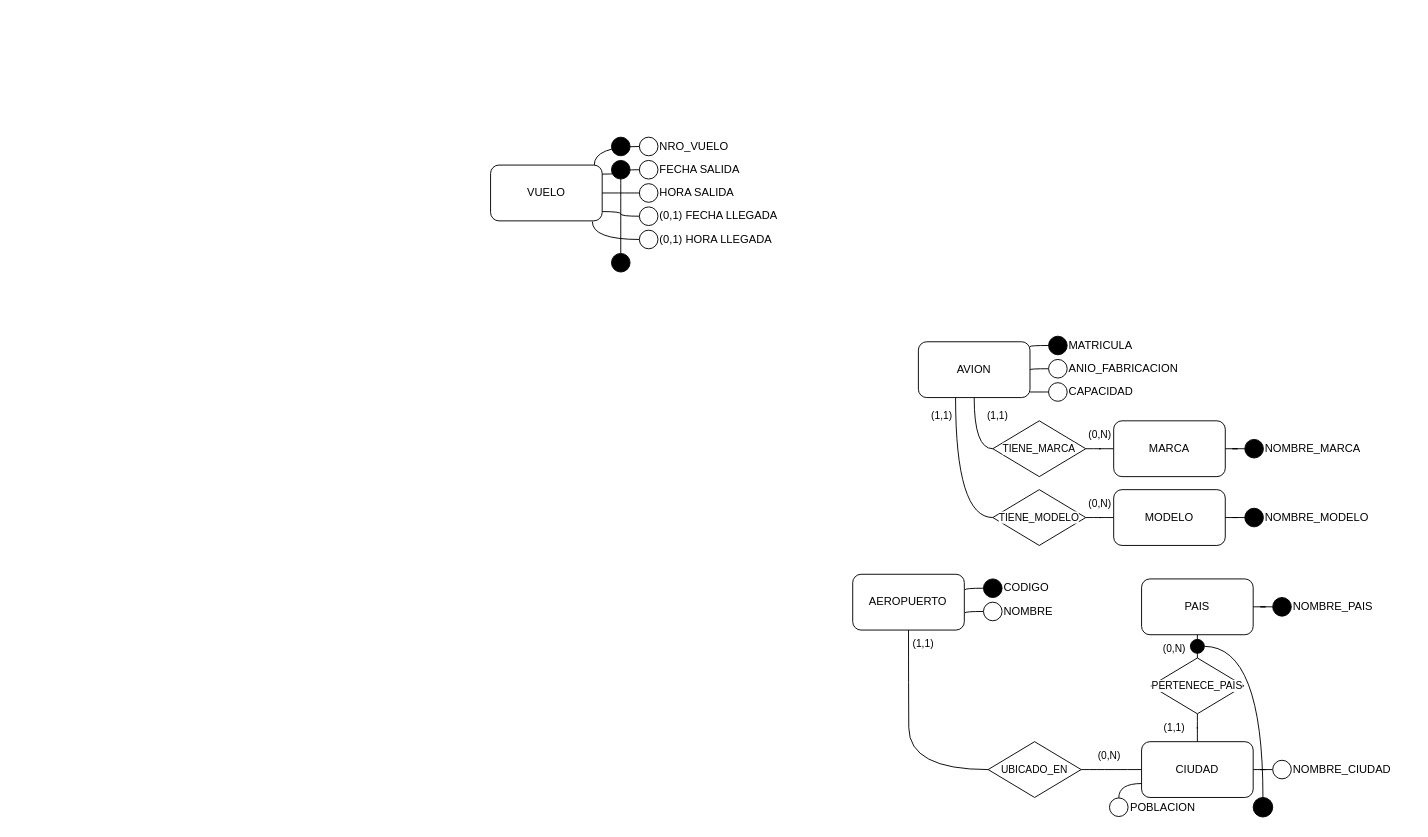
This is MC_Parcial_PrimeraFecha.drawio from imnotsetro/DBD, a draw.io file, before an edit. Source tidied: cells renumbered, new cells numbered last; positions are measured from the earlier drawing's top-left corner, leaving out a move shared by most shapes. Both pictures are drawn from the tidied source at 93%, with x=0, y=0 at pixel (490, 132).
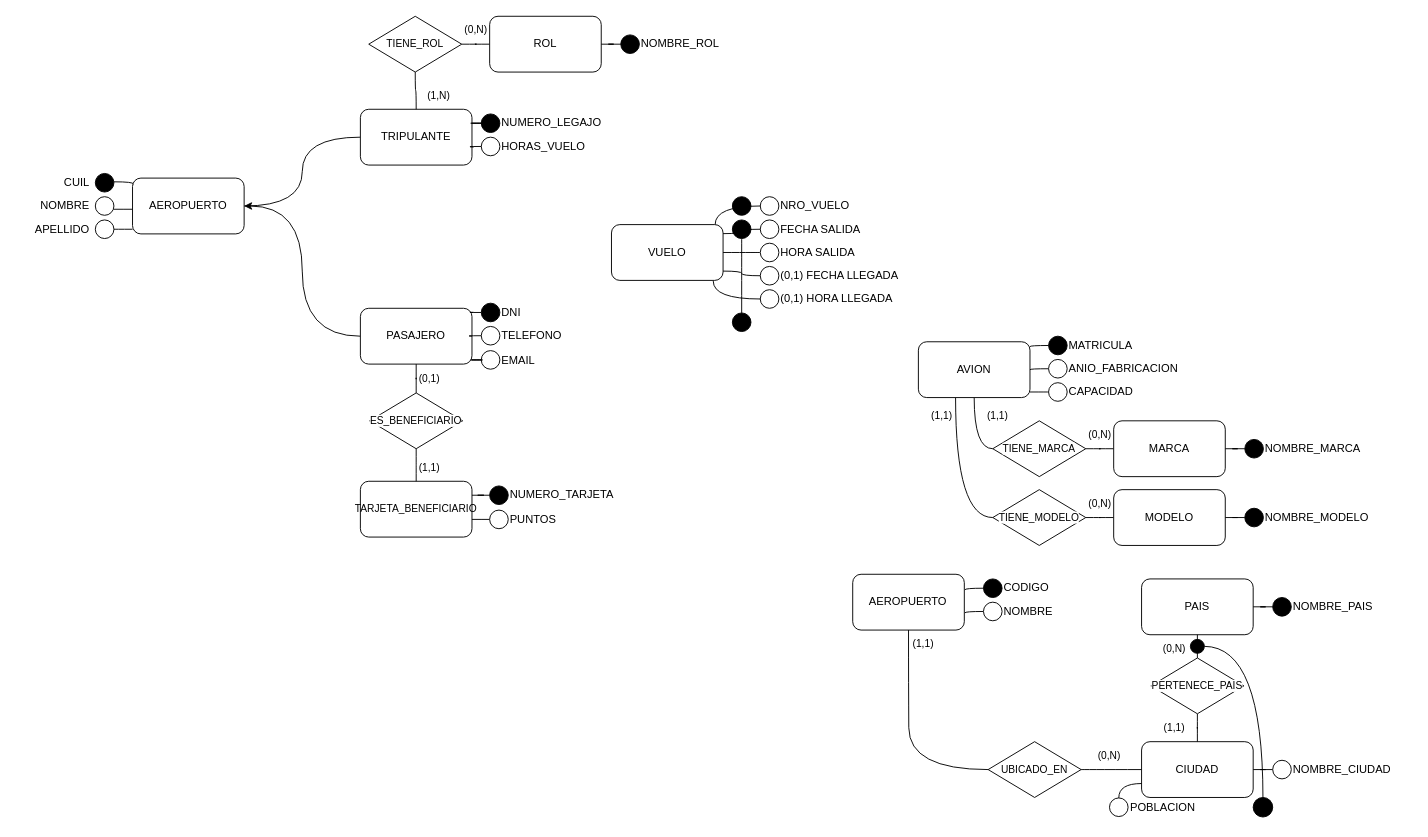
Above is the later version.

Change to the diagram source:
```diff
@@
     <mxCell id="2" value="VUELO" style="rounded=1;whiteSpace=wrap;html=1;" parent="1" vertex="1">
-      <mxGeometry y="35" width="120" height="60" as="geometry" />
+      <mxGeometry x="130" y="99" width="120" height="60" as="geometry" />
     </mxCell>
     <mxCell id="3" style="ellipse;whiteSpace=wrap;html=1;" parent="1" vertex="1">
-      <mxGeometry x="160" y="5" width="20" height="20" as="geometry" />
+      <mxGeometry x="290" y="69" width="20" height="20" as="geometry" />
     </mxCell>
     <mxCell id="4" value="NRO_VUELO" style="text;html=1;align=left;verticalAlign=middle;strokeColor=none;fillColor=none;" parent="1" vertex="1">
-      <mxGeometry x="180" width="100" height="30" as="geometry" />
+      <mxGeometry x="310" y="64" width="100" height="30" as="geometry" />
     </mxCell>
     <mxCell id="5" style="ellipse;whiteSpace=wrap;html=1;" parent="1" vertex="1">
-      <mxGeometry x="160" y="30" width="20" height="20" as="geometry" />
+      <mxGeometry x="290" y="94" width="20" height="20" as="geometry" />
     </mxCell>
     <mxCell id="6" value="&lt;div&gt;FECHA SALIDA&lt;/div&gt;" style="text;html=1;align=left;verticalAlign=middle;strokeColor=none;fillColor=none;" parent="1" vertex="1">
-      <mxGeometry x="180" y="25" width="110" height="30" as="geometry" />
+      <mxGeometry x="310" y="89" width="110" height="30" as="geometry" />
     </mxCell>
@@
     <mxCell id="8" style="ellipse;whiteSpace=wrap;html=1;" parent="1" vertex="1">
-      <mxGeometry x="160" y="55" width="20" height="20" as="geometry" />
+      <mxGeometry x="290" y="119" width="20" height="20" as="geometry" />
     </mxCell>
     <mxCell id="9" value="&lt;div&gt;HORA SALIDA&lt;/div&gt;" style="text;html=1;align=left;verticalAlign=middle;strokeColor=none;fillColor=none;" parent="1" vertex="1">
-      <mxGeometry x="180" y="50" width="100" height="30" as="geometry" />
+      <mxGeometry x="310" y="114" width="100" height="30" as="geometry" />
     </mxCell>
     <mxCell id="10" style="edgeStyle=orthogonalEdgeStyle;shape=connector;curved=1;rounded=0;jettySize=auto;html=1;strokeColor=default;align=center;verticalAlign=middle;fontFamily=Helvetica;fontSize=11;fontColor=default;labelBackgroundColor=default;endArrow=none;endFill=0;" parent="1" edge="1" source="11" target="2">
       <mxGeometry relative="1" as="geometry">
         <Array as="points">
-          <mxPoint x="140" y="90" />
-          <mxPoint x="140" y="85" />
+          <mxPoint x="270" y="154" />
+          <mxPoint x="270" y="149" />
         </Array>
       </mxGeometry>
     </mxCell>
     <mxCell id="11" style="ellipse;whiteSpace=wrap;html=1;" parent="1" vertex="1">
-      <mxGeometry x="160" y="80" width="20" height="20" as="geometry" />
+      <mxGeometry x="290" y="144" width="20" height="20" as="geometry" />
     </mxCell>
     <mxCell id="12" value="(0,1) FECHA LLEGADA" style="text;html=1;align=left;verticalAlign=middle;strokeColor=none;fillColor=none;" parent="1" vertex="1">
-      <mxGeometry x="180" y="75" width="150" height="30" as="geometry" />
+      <mxGeometry x="310" y="139" width="150" height="30" as="geometry" />
     </mxCell>
@@
     <mxCell id="14" style="ellipse;whiteSpace=wrap;html=1;" parent="1" vertex="1">
-      <mxGeometry x="160" y="105" width="20" height="20" as="geometry" />
+      <mxGeometry x="290" y="169" width="20" height="20" as="geometry" />
     </mxCell>
     <mxCell id="15" value="(0,1) HORA LLEGADA" style="text;html=1;align=left;verticalAlign=middle;strokeColor=none;fillColor=none;" parent="1" vertex="1">
-      <mxGeometry x="180" y="100" width="140" height="30" as="geometry" />
+      <mxGeometry x="310" y="164" width="140" height="30" as="geometry" />
     </mxCell>
     <mxCell id="16" style="ellipse;whiteSpace=wrap;html=1;fillColor=#000000;" parent="1" vertex="1">
-      <mxGeometry x="130" y="130" width="20" height="20" as="geometry" />
+      <mxGeometry x="260" y="194" width="20" height="20" as="geometry" />
     </mxCell>
     <mxCell id="17" style="ellipse;whiteSpace=wrap;html=1;fillColor=#000000;" parent="1" vertex="1">
-      <mxGeometry x="130" y="5" width="20" height="20" as="geometry" />
+      <mxGeometry x="260" y="69" width="20" height="20" as="geometry" />
     </mxCell>
@@
     <mxCell id="19" style="ellipse;whiteSpace=wrap;html=1;fillColor=#000000;" parent="1" vertex="1">
-      <mxGeometry x="130" y="30" width="20" height="20" as="geometry" />
+      <mxGeometry x="260" y="94" width="20" height="20" as="geometry" />
     </mxCell>
@@
+    <mxCell id="81" value="AEROPUERTO" style="rounded=1;whiteSpace=wrap;html=1;" parent="1" vertex="1">
+      <mxGeometry x="-385" y="49" width="120" height="60" as="geometry" />
+    </mxCell>
+    <mxCell id="82" style="edgeStyle=orthogonalEdgeStyle;shape=connector;curved=1;rounded=0;jettySize=auto;html=1;strokeColor=default;align=center;verticalAlign=middle;fontFamily=Helvetica;fontSize=11;fontColor=default;labelBackgroundColor=default;endArrow=none;endFill=0;entryX=0.008;entryY=0.106;entryDx=0;entryDy=0;entryPerimeter=0;" parent="1" edge="1" source="83" target="81">
+      <mxGeometry relative="1" as="geometry">
+        <Array as="points">
+          <mxPoint x="-384" y="53" />
+        </Array>
+      </mxGeometry>
+    </mxCell>
+    <mxCell id="83" style="ellipse;whiteSpace=wrap;html=1;fillColor=#000000;" parent="1" vertex="1">
+      <mxGeometry x="-425" y="44" width="20" height="20" as="geometry" />
+    </mxCell>
+    <mxCell id="84" value="CUIL" style="text;html=1;align=right;verticalAlign=middle;strokeColor=none;fillColor=none;" parent="1" vertex="1">
+      <mxGeometry x="-480" y="39" width="50" height="30" as="geometry" />
+    </mxCell>
+    <mxCell id="85" style="edgeStyle=orthogonalEdgeStyle;shape=connector;curved=1;rounded=0;jettySize=auto;html=1;strokeColor=default;align=center;verticalAlign=middle;fontFamily=Helvetica;fontSize=11;fontColor=default;labelBackgroundColor=default;endArrow=none;endFill=0;" parent="1" edge="1" source="86">
+      <mxGeometry relative="1" as="geometry">
+        <mxPoint x="-385" y="82.5" as="targetPoint" />
+        <Array as="points">
+          <mxPoint x="-395" y="82.5" />
+          <mxPoint x="-395" y="82.5" />
+        </Array>
+      </mxGeometry>
+    </mxCell>
+    <mxCell id="86" style="ellipse;whiteSpace=wrap;html=1;" parent="1" vertex="1">
+      <mxGeometry x="-425" y="69" width="20" height="20" as="geometry" />
+    </mxCell>
+    <mxCell id="87" value="NOMBRE" style="text;html=1;align=right;verticalAlign=middle;strokeColor=none;fillColor=none;" parent="1" vertex="1">
+      <mxGeometry x="-510" y="64" width="80" height="30" as="geometry" />
+    </mxCell>
+    <mxCell id="88" style="ellipse;whiteSpace=wrap;html=1;" parent="1" vertex="1">
+      <mxGeometry x="-425" y="94" width="20" height="20" as="geometry" />
+    </mxCell>
+    <mxCell id="89" value="APELLIDO" style="text;html=1;align=right;verticalAlign=middle;strokeColor=none;fillColor=none;" parent="1" vertex="1">
+      <mxGeometry x="-510" y="89" width="80" height="30" as="geometry" />
+    </mxCell>
+    <mxCell id="90" style="edgeStyle=orthogonalEdgeStyle;shape=connector;curved=1;rounded=0;jettySize=auto;html=1;entryX=-0.003;entryY=0.911;entryDx=0;entryDy=0;entryPerimeter=0;strokeColor=default;align=center;verticalAlign=middle;fontFamily=Helvetica;fontSize=11;fontColor=default;labelBackgroundColor=default;endArrow=none;endFill=0;" parent="1" edge="1" source="88" target="81">
+      <mxGeometry relative="1" as="geometry" />
+    </mxCell>
+    <mxCell id="91" style="edgeStyle=orthogonalEdgeStyle;shape=connector;curved=1;rounded=0;jettySize=auto;html=1;entryX=1;entryY=0.5;entryDx=0;entryDy=0;strokeColor=default;align=center;verticalAlign=middle;fontFamily=Helvetica;fontSize=11;fontColor=default;labelBackgroundColor=default;endArrow=none;endFill=0;" parent="1" edge="1" source="92" target="81">
+      <mxGeometry relative="1" as="geometry" />
+    </mxCell>
+    <mxCell id="92" value="TRIPULANTE" style="rounded=1;whiteSpace=wrap;html=1;" parent="1" vertex="1">
+      <mxGeometry x="-140" y="-25" width="120" height="60" as="geometry" />
+    </mxCell>
+    <mxCell id="93" style="edgeStyle=orthogonalEdgeStyle;shape=connector;curved=1;rounded=0;jettySize=auto;html=1;entryX=1;entryY=0.25;entryDx=0;entryDy=0;strokeColor=default;align=center;verticalAlign=middle;fontFamily=Helvetica;fontSize=11;fontColor=default;labelBackgroundColor=default;endArrow=none;endFill=0;" parent="1" edge="1" source="94" target="92">
+      <mxGeometry relative="1" as="geometry" />
+    </mxCell>
+    <mxCell id="94" style="ellipse;whiteSpace=wrap;html=1;fillColor=#000000;" parent="1" vertex="1">
+      <mxGeometry x="-10" y="-20" width="20" height="20" as="geometry" />
+    </mxCell>
+    <mxCell id="95" value="NUMERO_LEGAJO" style="text;html=1;align=left;verticalAlign=middle;strokeColor=none;fillColor=none;" parent="1" vertex="1">
+      <mxGeometry x="10" y="-25" width="130" height="30" as="geometry" />
+    </mxCell>
+    <mxCell id="96" style="ellipse;whiteSpace=wrap;html=1;" parent="1" vertex="1">
+      <mxGeometry x="-10" y="5" width="20" height="20" as="geometry" />
+    </mxCell>
+    <mxCell id="97" value="HORAS_VUELO" style="text;html=1;align=left;verticalAlign=middle;strokeColor=none;fillColor=none;" parent="1" vertex="1">
+      <mxGeometry x="10" width="110" height="30" as="geometry" />
+    </mxCell>
+    <mxCell id="98" style="edgeStyle=orthogonalEdgeStyle;shape=connector;curved=1;rounded=0;jettySize=auto;html=1;entryX=1.015;entryY=0.677;entryDx=0;entryDy=0;entryPerimeter=0;strokeColor=default;align=center;verticalAlign=middle;fontFamily=Helvetica;fontSize=11;fontColor=default;labelBackgroundColor=default;endArrow=none;endFill=0;" parent="1" edge="1" source="96" target="92">
+      <mxGeometry relative="1" as="geometry" />
+    </mxCell>
+    <mxCell id="99" style="edgeStyle=orthogonalEdgeStyle;shape=connector;curved=1;rounded=0;jettySize=auto;html=1;strokeColor=default;align=center;verticalAlign=middle;fontFamily=Helvetica;fontSize=11;fontColor=default;labelBackgroundColor=default;endArrow=none;endFill=0;" parent="1" edge="1" source="101" target="102">
+      <mxGeometry relative="1" as="geometry" />
+    </mxCell>
+    <mxCell id="100" style="edgeStyle=orthogonalEdgeStyle;shape=connector;curved=1;rounded=0;jettySize=auto;html=1;strokeColor=default;align=center;verticalAlign=middle;fontFamily=Helvetica;fontSize=11;fontColor=default;labelBackgroundColor=default;endArrow=none;endFill=0;" parent="1" edge="1" source="101" target="92">
+      <mxGeometry relative="1" as="geometry" />
+    </mxCell>
+    <mxCell id="101" value="TIENE_ROL" style="rhombus;whiteSpace=wrap;html=1;fontFamily=Helvetica;fontSize=11;fontColor=default;labelBackgroundColor=default;" parent="1" vertex="1">
+      <mxGeometry x="-131" y="-125" width="100" height="60" as="geometry" />
+    </mxCell>
+    <mxCell id="102" value="ROL" style="rounded=1;whiteSpace=wrap;html=1;" parent="1" vertex="1">
+      <mxGeometry x="-1" y="-125" width="120" height="60" as="geometry" />
+    </mxCell>
+    <mxCell id="103" style="edgeStyle=orthogonalEdgeStyle;shape=connector;curved=1;rounded=0;jettySize=auto;html=1;strokeColor=default;align=center;verticalAlign=middle;fontFamily=Helvetica;fontSize=11;fontColor=default;labelBackgroundColor=default;endArrow=none;endFill=0;" parent="1" edge="1" source="104" target="102">
+      <mxGeometry relative="1" as="geometry" />
+    </mxCell>
+    <mxCell id="104" style="ellipse;whiteSpace=wrap;html=1;fillColor=#000000;" parent="1" vertex="1">
+      <mxGeometry x="140" y="-105" width="20" height="20" as="geometry" />
+    </mxCell>
+    <mxCell id="105" value="NOMBRE_ROL" style="text;html=1;align=left;verticalAlign=middle;strokeColor=none;fillColor=none;" parent="1" vertex="1">
+      <mxGeometry x="160" y="-110" width="110" height="30" as="geometry" />
+    </mxCell>
+    <mxCell id="106" value="(0,N)" style="text;html=1;align=center;verticalAlign=middle;strokeColor=none;fillColor=none;fontFamily=Helvetica;fontSize=11;fontColor=default;labelBackgroundColor=default;" parent="1" vertex="1">
+      <mxGeometry x="-41" y="-125" width="50" height="30" as="geometry" />
+    </mxCell>
+    <mxCell id="107" value="(1,N)" style="text;html=1;align=center;verticalAlign=middle;strokeColor=none;fillColor=none;fontFamily=Helvetica;fontSize=11;fontColor=default;labelBackgroundColor=default;" parent="1" vertex="1">
+      <mxGeometry x="-81" y="-55" width="50" height="30" as="geometry" />
+    </mxCell>
+    <mxCell id="108" style="edgeStyle=orthogonalEdgeStyle;shape=connector;curved=1;rounded=0;jettySize=auto;html=1;strokeColor=default;align=center;verticalAlign=middle;fontFamily=Helvetica;fontSize=11;fontColor=default;labelBackgroundColor=default;endArrow=none;endFill=0;" parent="1" edge="1" source="110" target="128">
+      <mxGeometry relative="1" as="geometry" />
+    </mxCell>
+    <mxCell id="109" style="edgeStyle=orthogonalEdgeStyle;shape=connector;curved=1;rounded=0;jettySize=auto;html=1;entryX=1;entryY=0.5;entryDx=0;entryDy=0;strokeColor=default;align=center;verticalAlign=middle;fontFamily=Helvetica;fontSize=11;fontColor=default;labelBackgroundColor=default;endArrow=classic;endFill=1;" parent="1" edge="1" source="110" target="81">
+      <mxGeometry relative="1" as="geometry" />
+    </mxCell>
+    <mxCell id="110" value="PASAJERO" style="rounded=1;whiteSpace=wrap;html=1;" parent="1" vertex="1">
+      <mxGeometry x="-140" y="189" width="120" height="60" as="geometry" />
+    </mxCell>
+    <mxCell id="111" style="ellipse;whiteSpace=wrap;html=1;fillColor=#000000;" parent="1" vertex="1">
+      <mxGeometry x="-10" y="183.5" width="20" height="20" as="geometry" />
+    </mxCell>
+    <mxCell id="112" value="DNI" style="text;html=1;align=left;verticalAlign=middle;strokeColor=none;fillColor=none;" parent="1" vertex="1">
+      <mxGeometry x="10" y="178.5" width="40" height="30" as="geometry" />
+    </mxCell>
+    <mxCell id="113" style="edgeStyle=orthogonalEdgeStyle;shape=connector;curved=1;rounded=0;jettySize=auto;html=1;entryX=1;entryY=0.5;entryDx=0;entryDy=0;strokeColor=default;align=center;verticalAlign=middle;fontFamily=Helvetica;fontSize=11;fontColor=default;labelBackgroundColor=default;endArrow=none;endFill=0;" parent="1" edge="1" source="114" target="110">
+      <mxGeometry relative="1" as="geometry" />
+    </mxCell>
+    <mxCell id="114" style="ellipse;whiteSpace=wrap;html=1;" parent="1" vertex="1">
+      <mxGeometry x="-10" y="208.5" width="20" height="20" as="geometry" />
+    </mxCell>
+    <mxCell id="115" value="TELEFONO" style="text;html=1;align=left;verticalAlign=middle;strokeColor=none;fillColor=none;" parent="1" vertex="1">
+      <mxGeometry x="10" y="203.5" width="90" height="30" as="geometry" />
+    </mxCell>
+    <mxCell id="116" style="ellipse;whiteSpace=wrap;html=1;" parent="1" vertex="1">
+      <mxGeometry x="-10" y="234.5" width="20" height="20" as="geometry" />
+    </mxCell>
+    <mxCell id="117" value="EMAIL" style="text;html=1;align=left;verticalAlign=middle;strokeColor=none;fillColor=none;" parent="1" vertex="1">
+      <mxGeometry x="10" y="229.5" width="60" height="30" as="geometry" />
+    </mxCell>
+    <mxCell id="118" style="edgeStyle=orthogonalEdgeStyle;shape=connector;curved=1;rounded=0;jettySize=auto;html=1;entryX=1.014;entryY=0.072;entryDx=0;entryDy=0;entryPerimeter=0;strokeColor=default;align=center;verticalAlign=middle;fontFamily=Helvetica;fontSize=11;fontColor=default;labelBackgroundColor=default;endArrow=none;endFill=0;" parent="1" edge="1" source="111" target="110">
+      <mxGeometry relative="1" as="geometry" />
+    </mxCell>
+    <mxCell id="119" style="edgeStyle=orthogonalEdgeStyle;shape=connector;curved=1;rounded=0;jettySize=auto;html=1;entryX=1;entryY=0.925;entryDx=0;entryDy=0;entryPerimeter=0;strokeColor=default;align=center;verticalAlign=middle;fontFamily=Helvetica;fontSize=11;fontColor=default;labelBackgroundColor=default;endArrow=none;endFill=0;" parent="1" edge="1" source="116" target="110">
+      <mxGeometry relative="1" as="geometry" />
+    </mxCell>
+    <mxCell id="120" value="TARJETA_BENEFICIARIO" style="rounded=1;whiteSpace=wrap;html=1;fontSize=11;" parent="1" vertex="1">
+      <mxGeometry x="-140" y="375" width="120" height="60" as="geometry" />
+    </mxCell>
+    <mxCell id="121" style="edgeStyle=orthogonalEdgeStyle;shape=connector;curved=1;rounded=0;jettySize=auto;html=1;entryX=1;entryY=0.25;entryDx=0;entryDy=0;strokeColor=default;align=center;verticalAlign=middle;fontFamily=Helvetica;fontSize=11;fontColor=default;labelBackgroundColor=default;endArrow=none;endFill=0;" parent="1" edge="1" source="122" target="120">
+      <mxGeometry relative="1" as="geometry" />
+    </mxCell>
+    <mxCell id="122" style="ellipse;whiteSpace=wrap;html=1;fillColor=#000000;" parent="1" vertex="1">
+      <mxGeometry x="-1" y="380" width="20" height="20" as="geometry" />
+    </mxCell>
+    <mxCell id="123" value="NUMERO_TARJETA" style="text;html=1;align=left;verticalAlign=middle;strokeColor=none;fillColor=none;" parent="1" vertex="1">
+      <mxGeometry x="19" y="375" width="130" height="30" as="geometry" />
+    </mxCell>
+    <mxCell id="124" style="edgeStyle=orthogonalEdgeStyle;shape=connector;curved=1;rounded=0;jettySize=auto;html=1;strokeColor=default;align=center;verticalAlign=middle;fontFamily=Helvetica;fontSize=11;fontColor=default;labelBackgroundColor=default;endArrow=none;endFill=0;" parent="1" edge="1" source="125" target="120">
+      <mxGeometry relative="1" as="geometry">
+        <Array as="points">
+          <mxPoint x="-10" y="416" />
+          <mxPoint x="-10" y="416" />
+        </Array>
+      </mxGeometry>
+    </mxCell>
+    <mxCell id="125" style="ellipse;whiteSpace=wrap;html=1;" parent="1" vertex="1">
+      <mxGeometry x="-1" y="406" width="20" height="20" as="geometry" />
+    </mxCell>
+    <mxCell id="126" value="PUNTOS" style="text;html=1;align=left;verticalAlign=middle;strokeColor=none;fillColor=none;" parent="1" vertex="1">
+      <mxGeometry x="19" y="401" width="70" height="30" as="geometry" />
+    </mxCell>
+    <mxCell id="127" style="edgeStyle=orthogonalEdgeStyle;shape=connector;curved=1;rounded=0;jettySize=auto;html=1;strokeColor=default;align=center;verticalAlign=middle;fontFamily=Helvetica;fontSize=11;fontColor=default;labelBackgroundColor=default;endArrow=none;endFill=0;" parent="1" edge="1" source="128" target="120">
+      <mxGeometry relative="1" as="geometry" />
+    </mxCell>
+    <mxCell id="128" value="ES_BENEFICIARIO" style="rhombus;whiteSpace=wrap;html=1;fontFamily=Helvetica;fontSize=11;fontColor=default;labelBackgroundColor=default;" parent="1" vertex="1">
+      <mxGeometry x="-130" y="280" width="100" height="60" as="geometry" />
+    </mxCell>
+    <mxCell id="129" value="(0,1)" style="text;html=1;align=center;verticalAlign=middle;strokeColor=none;fillColor=none;fontFamily=Helvetica;fontSize=11;fontColor=default;labelBackgroundColor=default;" parent="1" vertex="1">
+      <mxGeometry x="-91" y="250" width="50" height="30" as="geometry" />
+    </mxCell>
+    <mxCell id="130" value="(1,1)" style="text;html=1;align=center;verticalAlign=middle;strokeColor=none;fillColor=none;fontFamily=Helvetica;fontSize=11;fontColor=default;labelBackgroundColor=default;" parent="1" vertex="1">
+      <mxGeometry x="-91" y="345" width="50" height="30" as="geometry" />
+    </mxCell>
```
